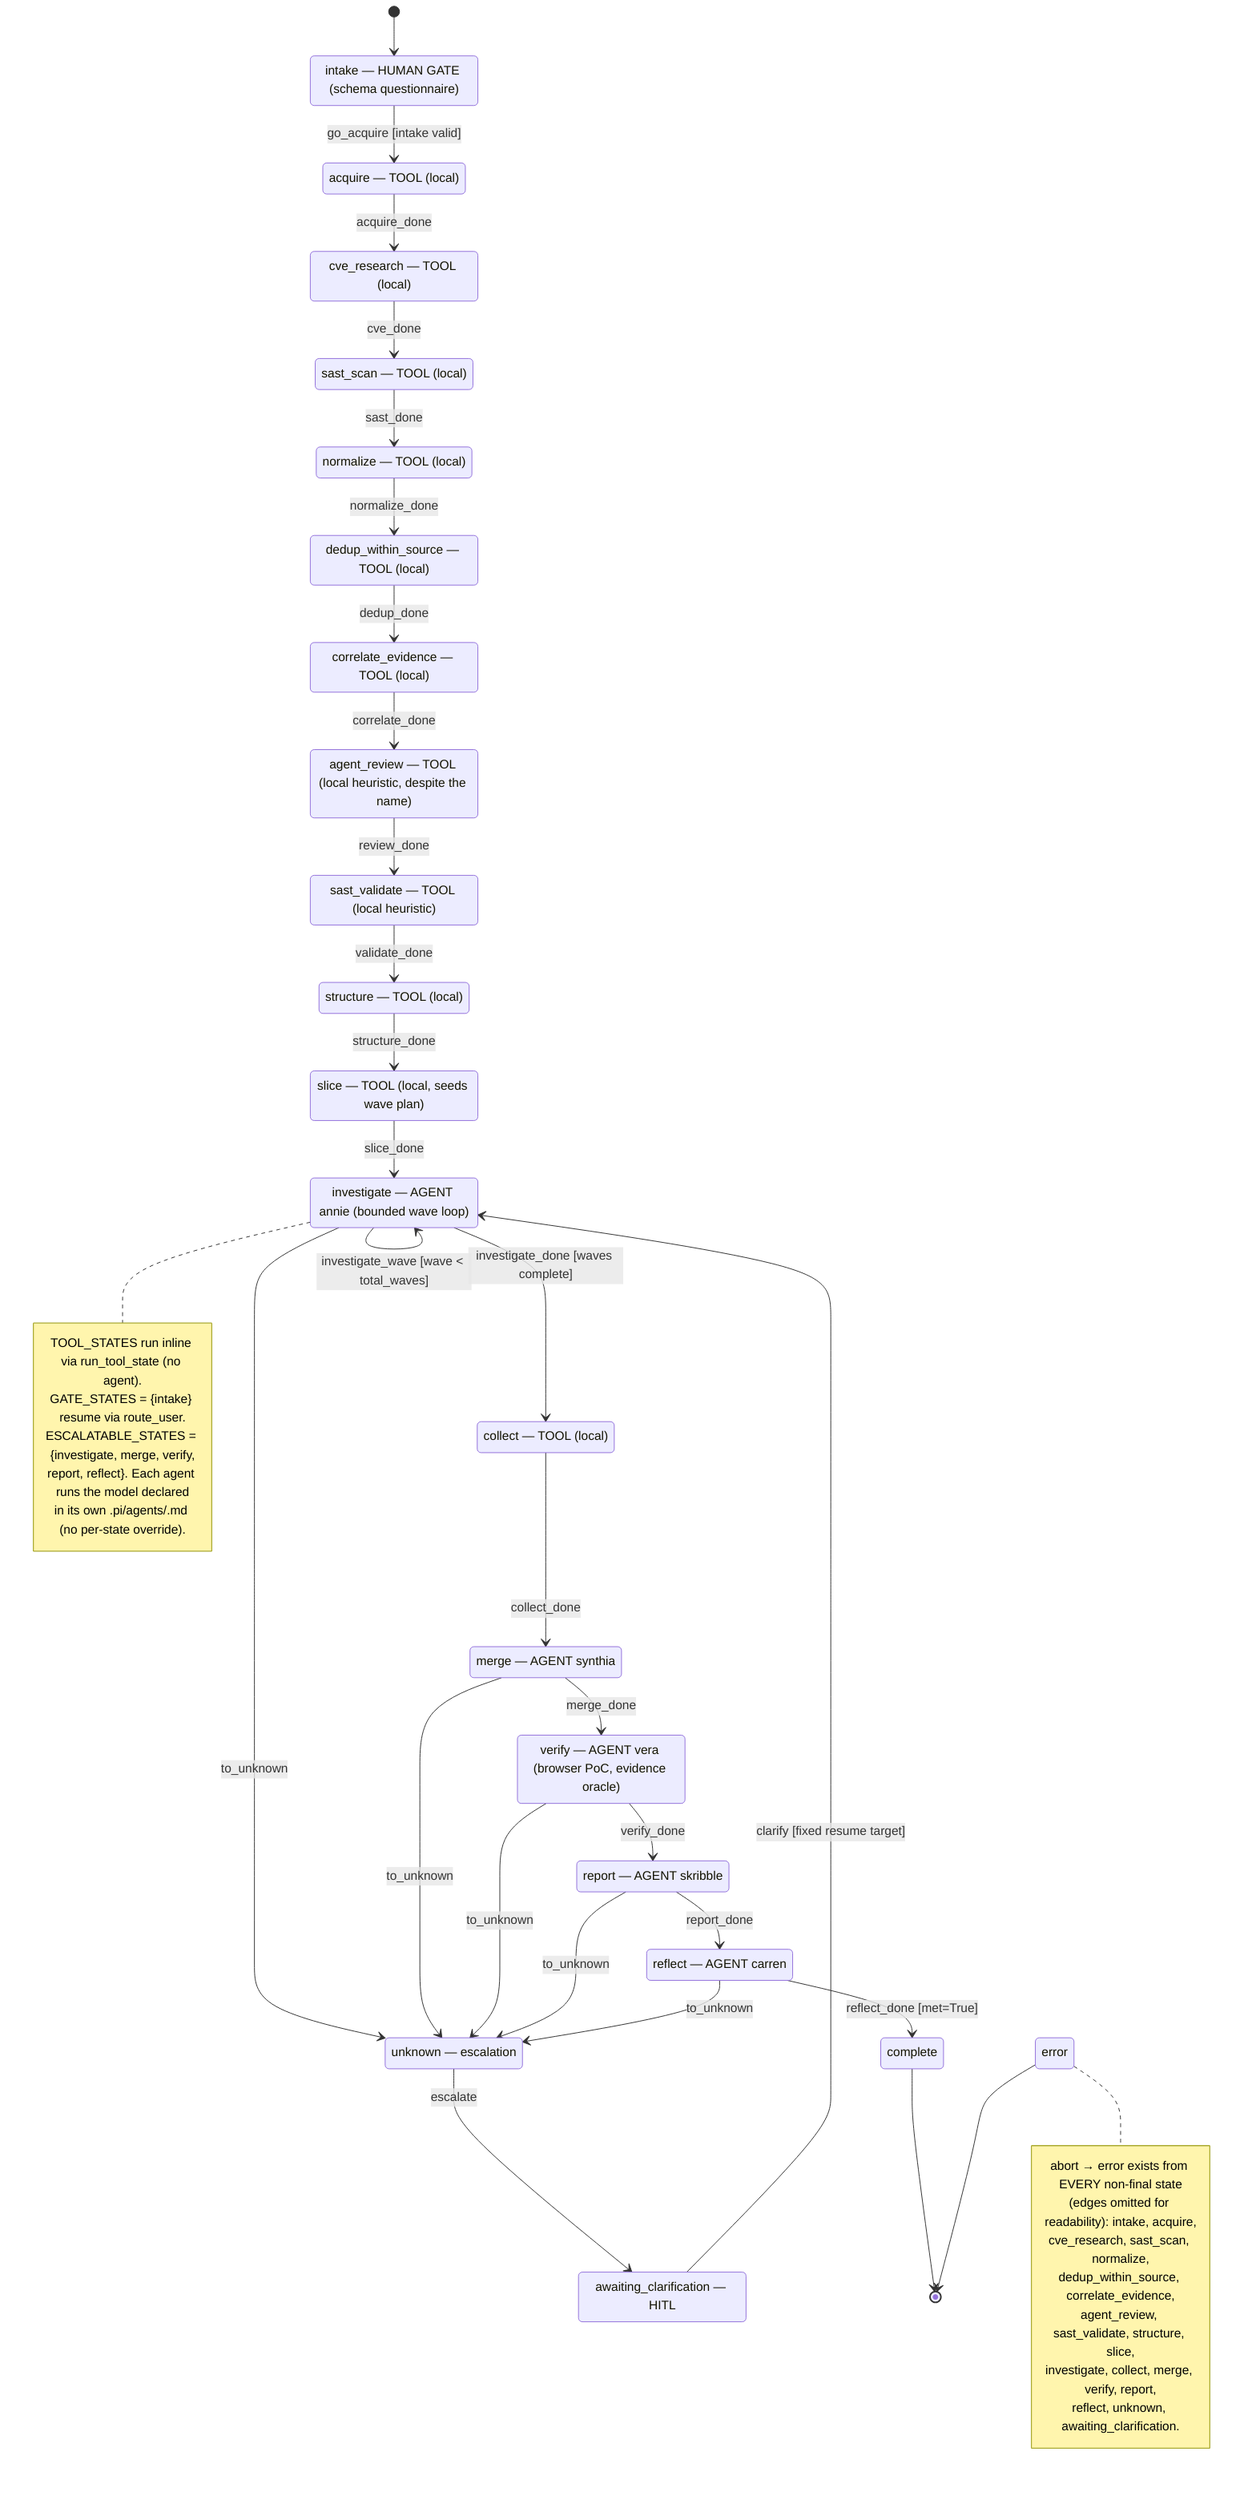
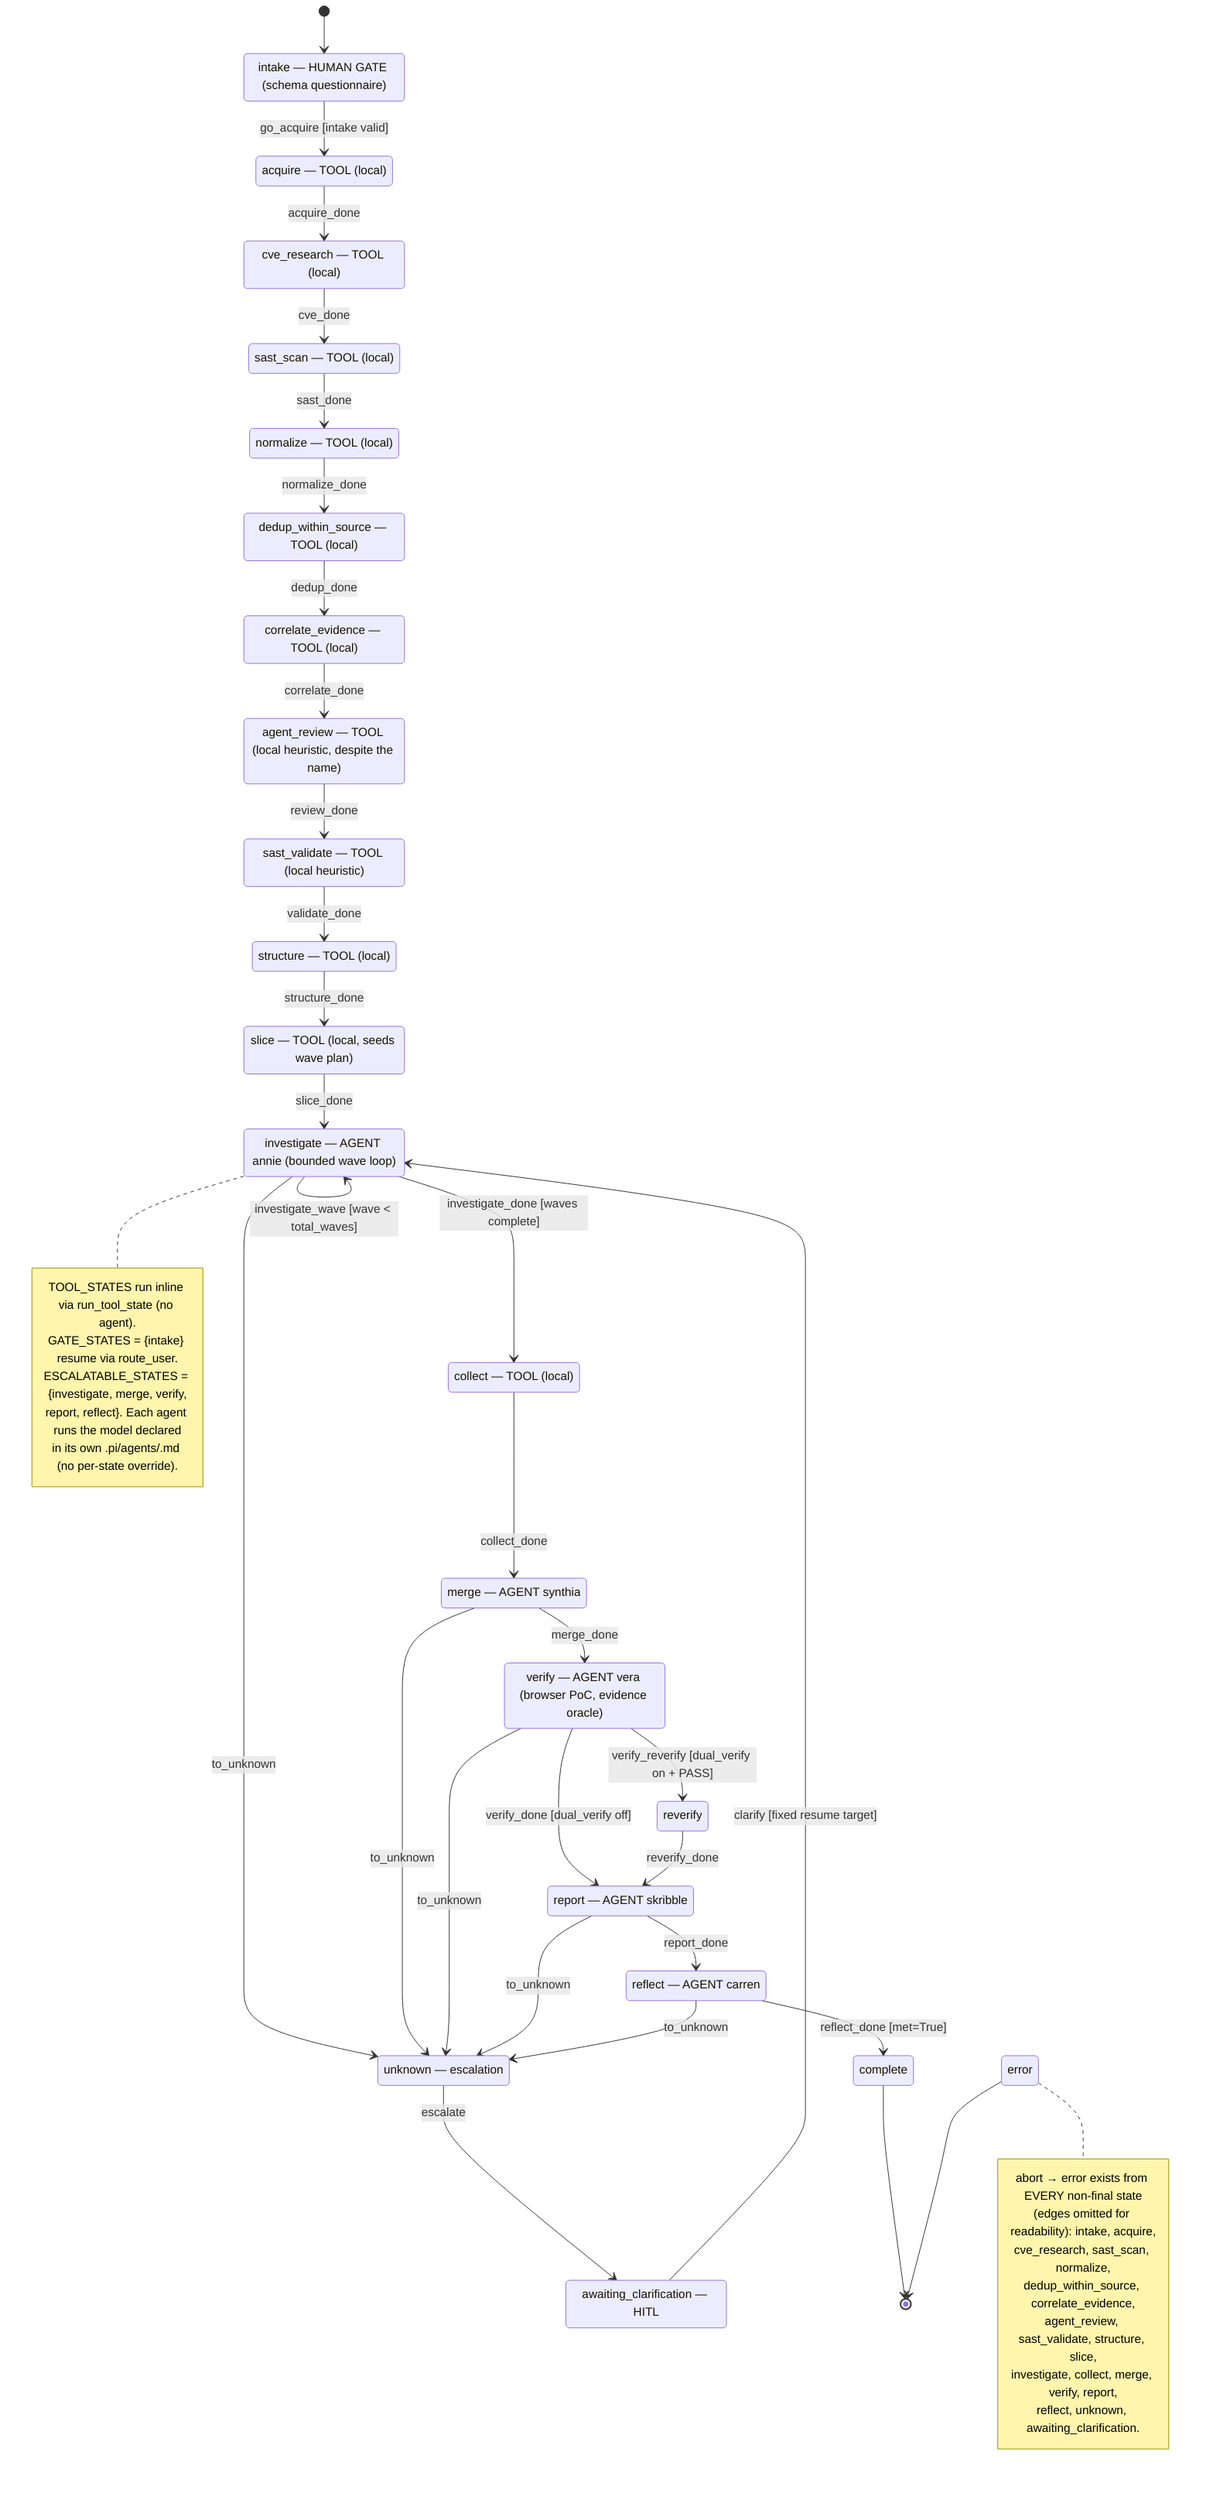
%% jsa FSM — edge-for-edge port of JSAMachine in
%% apps/orchestration/src/orchestration/playbooks/jsa.py
%% State IDs are the verbatim FSM state names. Edge labels are the verbatim
%% FSM event names; [guards] annotate the routing conditions.
stateDiagram-v2
    direction TB

    [*] --> intake

    state "intake — HUMAN GATE (schema questionnaire)" as intake
    state "acquire — TOOL (local)" as acquire
    state "cve_research — TOOL (local)" as cve_research
    state "sast_scan — TOOL (local)" as sast_scan
    state "normalize — TOOL (local)" as normalize
    state "dedup_within_source — TOOL (local)" as dedup_within_source
    state "correlate_evidence — TOOL (local)" as correlate_evidence
    state "agent_review — TOOL (local heuristic, despite the name)" as agent_review
    state "sast_validate — TOOL (local heuristic)" as sast_validate
    state "structure — TOOL (local)" as structure
    state "slice — TOOL (local, seeds wave plan)" as slice
    state "investigate — AGENT annie (bounded wave loop)" as investigate
    state "collect — TOOL (local)" as collect
    state "merge — AGENT synthia" as merge
    state "verify — AGENT vera (browser PoC, evidence oracle)" as verify
    state "report — AGENT skribble" as report
    state "reflect — AGENT carren" as reflect
    state "unknown — escalation" as unknown
    state "awaiting_clarification — HITL" as awaiting_clarification
    state "complete" as complete
    state "error" as error

    %% Deterministic linear pipeline (one event each)
    intake --> acquire : go_acquire [intake valid]
    acquire --> cve_research : acquire_done
    cve_research --> sast_scan : cve_done
    sast_scan --> normalize : sast_done
    normalize --> dedup_within_source : normalize_done
    dedup_within_source --> correlate_evidence : dedup_done
    correlate_evidence --> agent_review : correlate_done
    agent_review --> sast_validate : review_done
    sast_validate --> structure : validate_done
    structure --> slice : structure_done
    slice --> investigate : slice_done

    %% INVESTIGATE bounded wave loop
    investigate --> investigate : investigate_wave [wave < total_waves]
+     %% total_waves = ceil(needs_llm / wave_size); wave_size is a tunable Budget
+     %% (constraints.wave_size, default 10) — no frozen constant. Recall lessons
+     %% seed the first agent directive.
    investigate --> collect : investigate_done [waves complete]

    %% Agent tail
    collect --> merge : collect_done
    merge --> verify : merge_done
-     verify --> report : verify_done
+     verify --> report : verify_done [dual_verify off]
+     verify --> reverify : verify_reverify [dual_verify on + PASS]
+     reverify --> report : reverify_done
+     %% reverify = a SECOND independent vera (constraints.reverify_model for a
+     %% different judge); the report reflects only findings both passes confirm.
    report --> reflect : report_done
    reflect --> complete : reflect_done [met=True]

    %% Escalation seam — agent states only (UNCERTAIN / needs_clarification)
    investigate --> unknown : to_unknown
    merge --> unknown : to_unknown
    verify --> unknown : to_unknown
    report --> unknown : to_unknown
    reflect --> unknown : to_unknown
    unknown --> awaiting_clarification : escalate
    awaiting_clarification --> investigate : clarify [fixed resume target]

    complete --> [*]
    error --> [*]

    note right of error
        abort → error exists from EVERY non-final state
        (edges omitted for readability): intake, acquire,
        cve_research, sast_scan, normalize,
        dedup_within_source, correlate_evidence,
        agent_review, sast_validate, structure, slice,
        investigate, collect, merge, verify, report,
        reflect, unknown, awaiting_clarification.
    end note

    note right of investigate
        TOOL_STATES run inline via run_tool_state (no agent).
        GATE_STATES = {intake} resume via route_user.
        ESCALATABLE_STATES = {investigate, merge, verify,
        report, reflect}. Each agent runs the model declared
        in its own .pi/agents/<name>.md (no per-state override).
    end note
